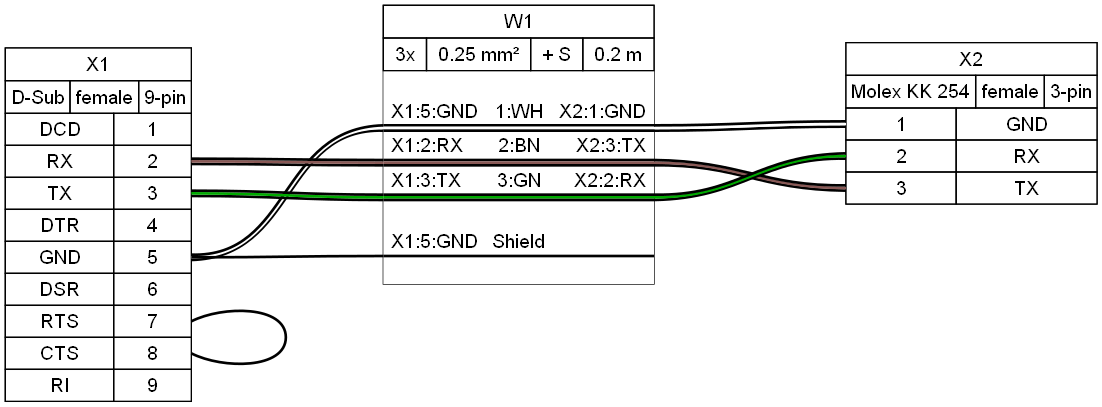
Earlier version of the Graphviz export examples/demo01.png (wireviz/WireViz). Its source is kept beside it as examples/demo01.gv.
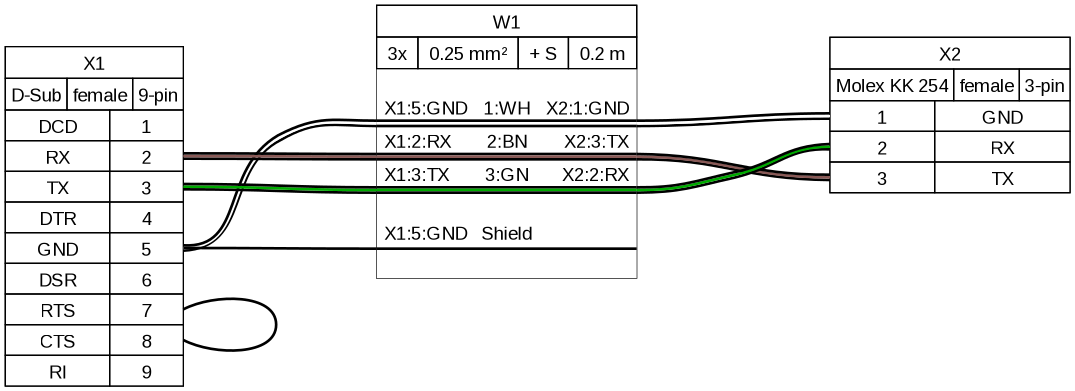
After the commit.

Diff of the diagram source:
```diff
@@ -29,47 +29,38 @@
    <table border="0" cellborder="1" cellpadding="3" cellspacing="0">
     <tr>
      <td>DCD</td>
-     []
      <td port="p1r">1</td>
     </tr>
     <tr>
      <td>RX</td>
-     []
      <td port="p2r">2</td>
     </tr>
     <tr>
      <td>TX</td>
-     []
      <td port="p3r">3</td>
     </tr>
     <tr>
      <td>DTR</td>
-     []
      <td port="p4r">4</td>
     </tr>
     <tr>
      <td>GND</td>
-     []
      <td port="p5r">5</td>
     </tr>
     <tr>
      <td>DSR</td>
-     []
      <td port="p6r">6</td>
     </tr>
     <tr>
      <td>RTS</td>
-     []
      <td port="p7r">7</td>
     </tr>
     <tr>
      <td>CTS</td>
-     []
      <td port="p8r">8</td>
     </tr>
     <tr>
      <td>RI</td>
-     []
      <td port="p9r">9</td>
     </tr>
    </table>
@@ -107,17 +98,14 @@
     <tr>
      <td port="p1l">1</td>
      <td>GND</td>
-     []
     </tr>
     <tr>
      <td port="p2l">2</td>
      <td>RX</td>
-     []
     </tr>
     <tr>
      <td port="p3l">3</td>
      <td>TX</td>
-     []
     </tr>
    </table>
   </td>
@@ -161,19 +149,7 @@
      <td align="right">X2:1:GND </td>
     </tr>
     <tr>
-     <td border="0" cellspacing="0" cellpadding="0" colspan="5" height="6" port="w1">
-      <table border="0" cellborder="0" cellspacing="0">
-       <tr>
-        <td bgcolor="#FFFFFF" border="0" cellpadding="0" colspan="5" height="2"></td>
-       </tr>
-       <tr>
-        <td bgcolor="#FFFFFF" border="0" cellpadding="0" colspan="5" height="2"></td>
-       </tr>
-       <tr>
-        <td bgcolor="#FFFFFF" border="0" cellpadding="0" colspan="5" height="2"></td>
-       </tr>
-      </table>
-     </td>
+     <td border="0" cellspacing="0" cellpadding="0" colspan="5" height="6" port="w1"></td>
     </tr>
     <tr>
      <td align="left"> X1:2:RX</td>
@@ -183,19 +159,7 @@
      <td align="right">X2:3:TX </td>
     </tr>
     <tr>
-     <td border="0" cellspacing="0" cellpadding="0" colspan="5" height="6" port="w2">
-      <table border="0" cellborder="0" cellspacing="0">
-       <tr>
-        <td bgcolor="#FFFFFF" border="0" cellpadding="0" colspan="5" height="2"></td>
-       </tr>
-       <tr>
-        <td bgcolor="#FFFFFF" border="0" cellpadding="0" colspan="5" height="2"></td>
-       </tr>
-       <tr>
-        <td bgcolor="#FFFFFF" border="0" cellpadding="0" colspan="5" height="2"></td>
-       </tr>
-      </table>
-     </td>
+     <td border="0" cellspacing="0" cellpadding="0" colspan="5" height="6" port="w2"></td>
     </tr>
     <tr>
      <td align="left"> X1:3:TX</td>
@@ -205,19 +169,7 @@
      <td align="right">X2:2:RX </td>
     </tr>
     <tr>
-     <td border="0" cellspacing="0" cellpadding="0" colspan="5" height="6" port="w3">
-      <table border="0" cellborder="0" cellspacing="0">
-       <tr>
-        <td bgcolor="#FFFFFF" border="0" cellpadding="0" colspan="5" height="2"></td>
-       </tr>
-       <tr>
-        <td bgcolor="#FFFFFF" border="0" cellpadding="0" colspan="5" height="2"></td>
-       </tr>
-       <tr>
-        <td bgcolor="#FFFFFF" border="0" cellpadding="0" colspan="5" height="2"></td>
-       </tr>
-      </table>
-     </td>
+     <td border="0" cellspacing="0" cellpadding="0" colspan="5" height="6" port="w3"></td>
     </tr>
     <tr>
      <td>&nbsp;</td>
@@ -230,13 +182,7 @@
      <td align="right"> </td>
     </tr>
     <tr>
-     <td border="0" cellspacing="0" cellpadding="0" colspan="5" height="2" port="w4">
-      <table border="0" cellborder="0" cellspacing="0">
-       <tr>
-        <td bgcolor="#FFFFFF" border="0" cellpadding="0" colspan="5" height="2"></td>
-       </tr>
-      </table>
-     </td>
+     <td border="0" cellspacing="0" cellpadding="0" colspan="5" height="6" port="w4"></td>
     </tr>
     <tr>
      <td>&nbsp;</td>
```
